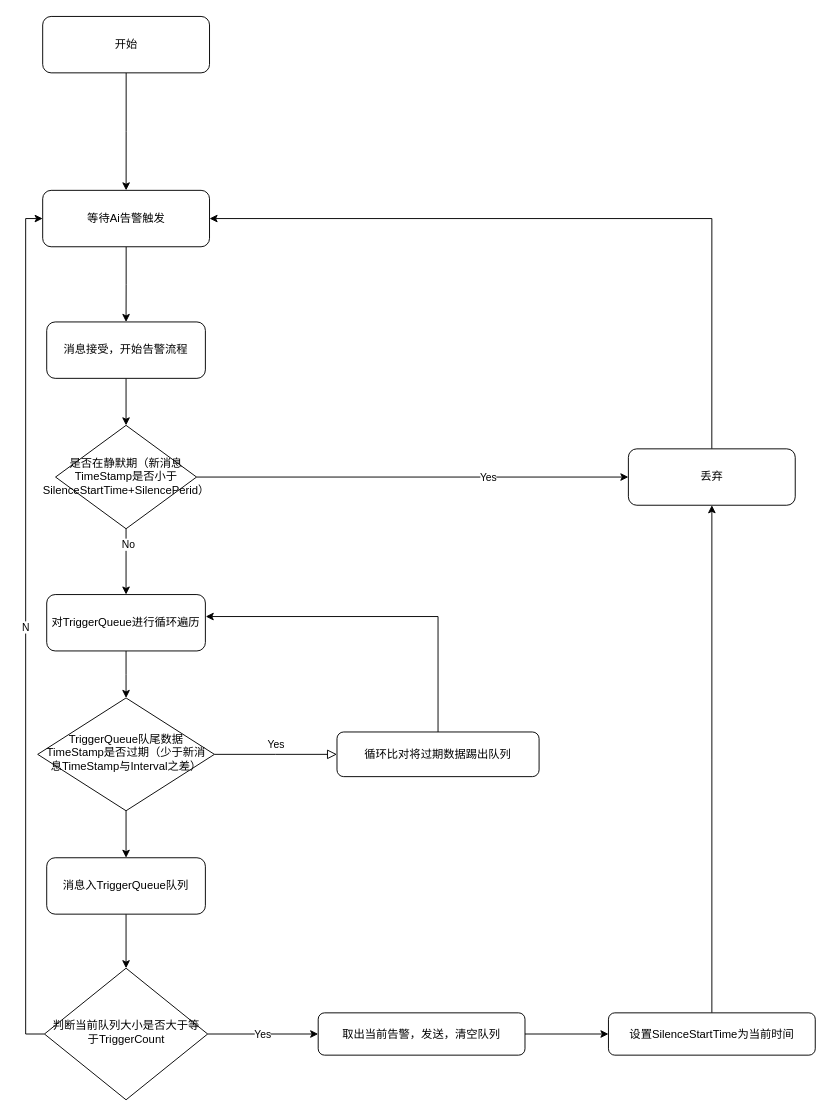
Before: Untitled Diagram.drawio in lingpengzhou/diagrams.io, a draw.io diagram. Source tidied: cells renumbered, new cells numbered last; positions are measured from the earlier drawing's top-left corner, leaving out a move shared by most shapes. Both pictures are drawn from the tidied source at 94%, with x=0, y=0 at pixel (38, 16).
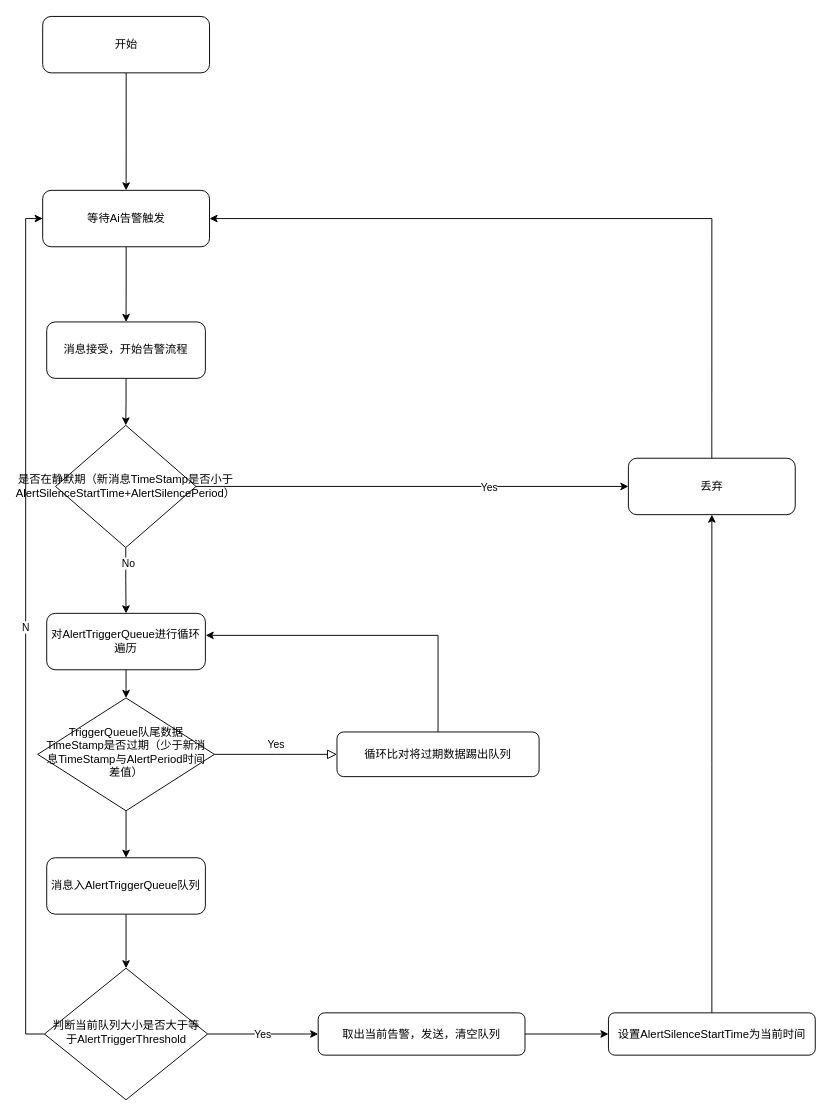
Above is the later version.

Change to the diagram source:
```diff
@@
-    <mxCell id="6" value="TriggerQueue队尾数据TimeStamp是否过期（少于新消息TimeStamp与Interval之差）" style="rhombus;whiteSpace=wrap;html=1;shadow=0;fontFamily=Helvetica;fontSize=12;align=center;strokeWidth=1;spacing=6;spacingTop=-4;" parent="1" vertex="1">
+    <mxCell id="6" value="TriggerQueue队尾数据TimeStamp是否过期（少于新消息TimeStamp与&lt;span style=&quot;background-color: initial;&quot;&gt;AlertPeriod时间&lt;/span&gt;&lt;span style=&quot;background-color: initial;&quot;&gt;差值）&lt;/span&gt;" style="rhombus;whiteSpace=wrap;html=1;shadow=0;fontFamily=Helvetica;fontSize=12;align=center;strokeWidth=1;spacing=6;spacingTop=-4;" parent="1" vertex="1">
       <mxGeometry x="-0.4" y="725" width="188" height="120" as="geometry" />
     </mxCell>
@@
-    <mxCell id="13" value="&lt;span style=&quot;&quot;&gt;判断当前队列大小是否大于等于TriggerCount&lt;/span&gt;" style="rhombus;whiteSpace=wrap;html=1;shadow=0;fontFamily=Helvetica;fontSize=12;align=center;strokeWidth=1;spacing=6;spacingTop=-4;" parent="1" vertex="1">
+    <mxCell id="13" value="&lt;span style=&quot;&quot;&gt;判断当前队列大小是否大于等于&lt;/span&gt;&lt;span style=&quot;background-color: initial;&quot;&gt;AlertTriggerThreshold&lt;/span&gt;" style="rhombus;whiteSpace=wrap;html=1;shadow=0;fontFamily=Helvetica;fontSize=12;align=center;strokeWidth=1;spacing=6;spacingTop=-4;" parent="1" vertex="1">
       <mxGeometry x="6.8" y="1012.5" width="173.6" height="140" as="geometry" />
     </mxCell>
@@
-    <mxCell id="19" value="对TriggerQueue进行循环遍历" style="rounded=1;whiteSpace=wrap;html=1;fontSize=12;glass=0;strokeWidth=1;shadow=0;" parent="1" vertex="1">
-      <mxGeometry x="9.2" y="615" width="168.8" height="60" as="geometry" />
+    <mxCell id="19" value="对AlertTriggerQueue进行循环遍历" style="rounded=1;whiteSpace=wrap;html=1;fontSize=12;glass=0;strokeWidth=1;shadow=0;" parent="1" vertex="1">
+      <mxGeometry x="9.2" y="635" width="168.8" height="60" as="geometry" />
     </mxCell>
@@
-    <mxCell id="21" value="消息入TriggerQueue队列" style="rounded=1;whiteSpace=wrap;html=1;fontSize=12;glass=0;strokeWidth=1;shadow=0;" parent="1" vertex="1">
+    <mxCell id="21" value="消息入&lt;span style=&quot;background-color: initial;&quot;&gt;AlertTriggerQueue&lt;/span&gt;&lt;span style=&quot;background-color: initial;&quot;&gt;队列&lt;/span&gt;" style="rounded=1;whiteSpace=wrap;html=1;fontSize=12;glass=0;strokeWidth=1;shadow=0;" parent="1" vertex="1">
       <mxGeometry x="9.2" y="895" width="168.8" height="60" as="geometry" />
     </mxCell>
@@
-    <mxCell id="23" value="设置SilenceStartTime为当前时间" style="rounded=1;whiteSpace=wrap;html=1;fontSize=12;glass=0;strokeWidth=1;shadow=0;" parent="1" vertex="1">
+    <mxCell id="23" value="设置&lt;span style=&quot;background-color: initial;&quot;&gt;AlertSilenceStartTime&lt;/span&gt;&lt;span style=&quot;background-color: initial;&quot;&gt;为当前时间&lt;/span&gt;" style="rounded=1;whiteSpace=wrap;html=1;fontSize=12;glass=0;strokeWidth=1;shadow=0;" parent="1" vertex="1">
       <mxGeometry x="606.8" y="1060" width="220" height="45" as="geometry" />
     </mxCell>
@@
-    <mxCell id="29" value="是否在静默期（新消息TimeStamp是否小于SilenceStartTime+SilencePerid）" style="rhombus;whiteSpace=wrap;html=1;" parent="1" vertex="1">
-      <mxGeometry x="18.6" y="435" width="150" height="110" as="geometry" />
+    <mxCell id="29" value="是否在静默期（新消息TimeStamp是否小于&lt;span style=&quot;background-color: initial;&quot;&gt;AlertSilenceStartTime&lt;/span&gt;&lt;span style=&quot;background-color: initial;&quot;&gt;+&lt;/span&gt;&lt;span style=&quot;background-color: initial;&quot;&gt;AlertSilencePeriod&lt;/span&gt;&lt;span style=&quot;background-color: initial;&quot;&gt;）&lt;/span&gt;" style="rhombus;whiteSpace=wrap;html=1;" parent="1" vertex="1">
+      <mxGeometry x="18.6" y="435" width="149.4" height="130" as="geometry" />
     </mxCell>
@@
     <mxCell id="31" value="丢弃" style="rounded=1;whiteSpace=wrap;html=1;fontSize=12;glass=0;strokeWidth=1;shadow=0;" parent="1" vertex="1">
-      <mxGeometry x="628" y="460" width="177.5" height="60" as="geometry" />
+      <mxGeometry x="628" y="470" width="177.5" height="60" as="geometry" />
     </mxCell>
```
